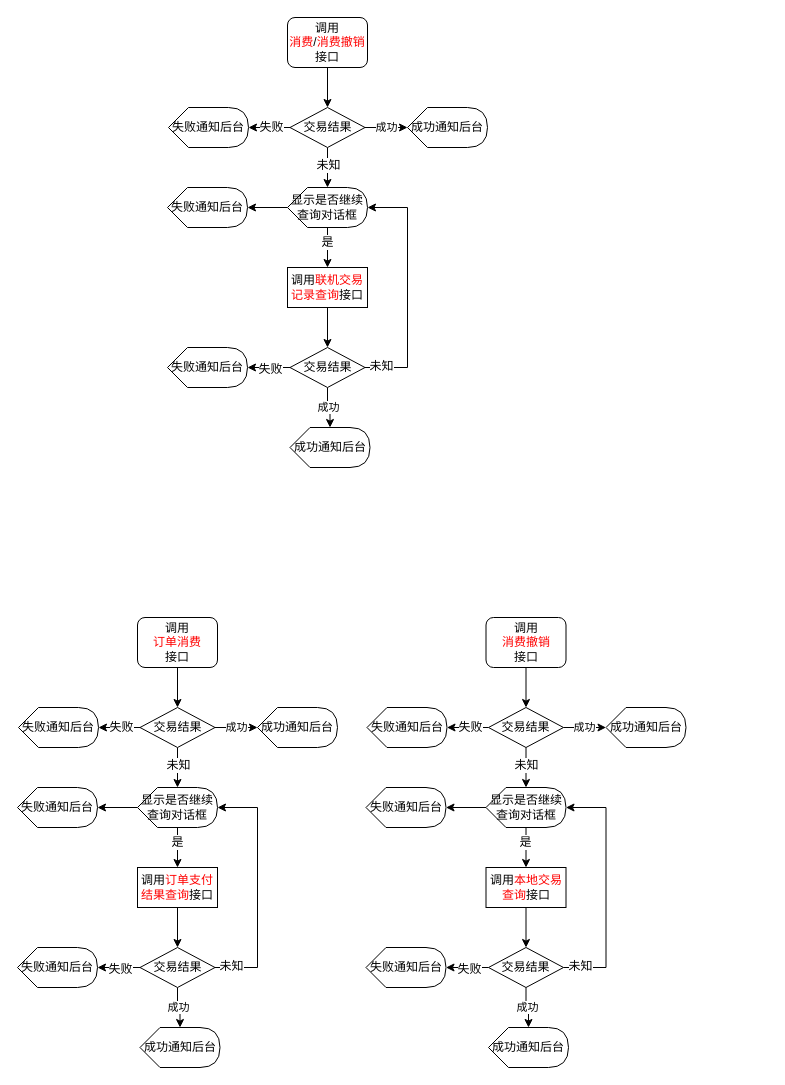
Earlier version of the draw.io diagram 未命名表单.drawio (BigKarel/mind). Source tidied: cells renumbered, new cells numbered last; positions are measured from the earlier drawing's top-left corner, leaving out a move shared by most shapes. Both pictures are drawn from the tidied source at 100%, with x=0, y=0 at pixel (17, 17).
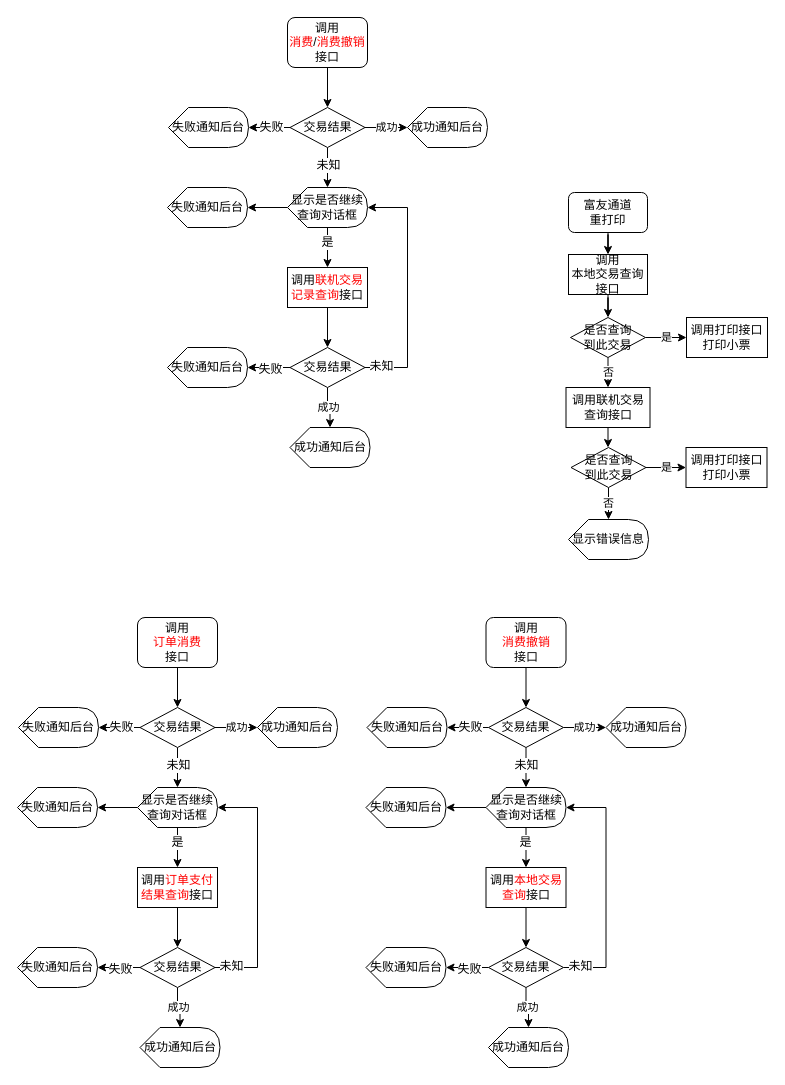
After the change.

Diff of the diagram source:
```diff
@@
+    <mxCell id="77" style="edgeStyle=orthogonalEdgeStyle;rounded=0;jettySize=auto;html=1;" parent="1" edge="1" source="78" target="80">
+      <mxGeometry relative="1" as="geometry" />
+    </mxCell>
+    <mxCell id="78" value="富友通道&lt;br&gt;重打印&lt;br&gt;" style="rounded=1;whiteSpace=wrap;html=1;" parent="1" vertex="1">
+      <mxGeometry x="551" y="175" width="79" height="40" as="geometry" />
+    </mxCell>
+    <mxCell id="79" style="edgeStyle=orthogonalEdgeStyle;rounded=0;jettySize=auto;html=1;" parent="1" edge="1" source="80" target="83">
+      <mxGeometry relative="1" as="geometry" />
+    </mxCell>
+    <mxCell id="80" value="调用&lt;br&gt;本地交易查询&lt;br&gt;接口&lt;br&gt;" style="rounded=0;whiteSpace=wrap;html=1;" parent="1" vertex="1">
+      <mxGeometry x="551" y="237" width="79" height="40" as="geometry" />
+    </mxCell>
+    <mxCell id="81" value="是" style="edgeStyle=orthogonalEdgeStyle;rounded=0;jettySize=auto;html=1;" parent="1" edge="1" source="83" target="84">
+      <mxGeometry relative="1" as="geometry" />
+    </mxCell>
+    <mxCell id="82" value="否" style="edgeStyle=orthogonalEdgeStyle;rounded=0;jettySize=auto;html=1;" parent="1" edge="1" source="83" target="86">
+      <mxGeometry relative="1" as="geometry" />
+    </mxCell>
+    <mxCell id="83" value="是否查询&lt;br&gt;到此交易" style="rhombus;whiteSpace=wrap;html=1;" parent="1" vertex="1">
+      <mxGeometry x="553" y="300" width="75" height="40" as="geometry" />
+    </mxCell>
+    <mxCell id="84" value="调用打印接口&lt;br&gt;打印小票&lt;br&gt;" style="rounded=0;whiteSpace=wrap;html=1;" parent="1" vertex="1">
+      <mxGeometry x="669" y="300" width="81" height="40" as="geometry" />
+    </mxCell>
+    <mxCell id="85" style="edgeStyle=orthogonalEdgeStyle;rounded=0;jettySize=auto;html=1;" parent="1" edge="1" source="86" target="89">
+      <mxGeometry relative="1" as="geometry" />
+    </mxCell>
+    <mxCell id="86" value="调用联机交易查询接口" style="rounded=0;whiteSpace=wrap;html=1;" parent="1" vertex="1">
+      <mxGeometry x="548.5" y="370" width="84" height="40" as="geometry" />
+    </mxCell>
+    <mxCell id="87" value="是" style="edgeStyle=orthogonalEdgeStyle;rounded=0;jettySize=auto;html=1;" parent="1" edge="1" source="89" target="90">
+      <mxGeometry relative="1" as="geometry" />
+    </mxCell>
+    <mxCell id="88" value="否" style="edgeStyle=orthogonalEdgeStyle;rounded=0;jettySize=auto;html=1;" parent="1" edge="1" source="89" target="91">
+      <mxGeometry relative="1" as="geometry" />
+    </mxCell>
+    <mxCell id="89" value="是否查询&lt;br&gt;到此交易" style="rhombus;whiteSpace=wrap;html=1;" parent="1" vertex="1">
+      <mxGeometry x="553.5" y="430" width="75" height="40" as="geometry" />
+    </mxCell>
+    <mxCell id="90" value="调用打印接口&lt;br&gt;打印小票&lt;br&gt;" style="rounded=0;whiteSpace=wrap;html=1;" parent="1" vertex="1">
+      <mxGeometry x="668.5" y="430" width="81" height="40" as="geometry" />
+    </mxCell>
+    <mxCell id="91" value="显示错误信息" style="shape=display;whiteSpace=wrap;html=1;" parent="1" vertex="1">
+      <mxGeometry x="551" y="502" width="80" height="40" as="geometry" />
+    </mxCell>
```
